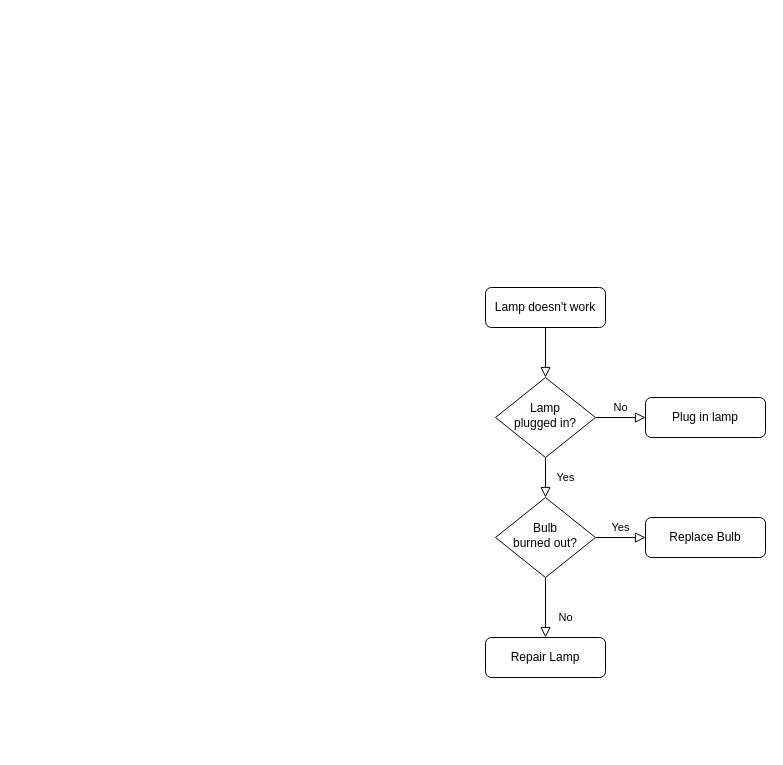
Before: synthesis-bank-strategies.drawio in Burning-Bush-Ministries/bbm-api, a draw.io diagram. Source tidied: cells renumbered, new cells numbered last; positions are measured from the earlier drawing's top-left corner, leaving out a move shared by most shapes. Both pictures are drawn from the tidied source at 100%, with x=0, y=0 at pixel (485, 287).
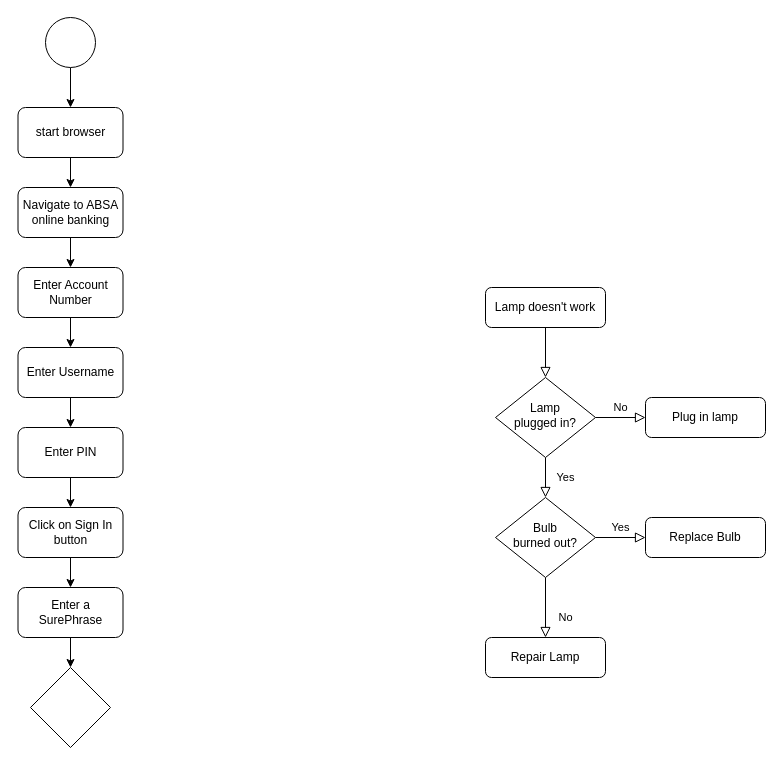
After the change.

The edit, as a diff of the source:
```diff
@@
+    <mxCell id="13" style="edgeStyle=orthogonalEdgeStyle;rounded=0;jettySize=auto;html=1;" parent="1" edge="1" source="14" target="16">
+      <mxGeometry relative="1" as="geometry" />
+    </mxCell>
+    <mxCell id="14" style="ellipse;whiteSpace=wrap;html=1;" parent="1" vertex="1">
+      <mxGeometry x="-440" y="-270" width="50" height="50" as="geometry" />
+    </mxCell>
+    <mxCell id="15" style="edgeStyle=orthogonalEdgeStyle;rounded=0;jettySize=auto;html=1;" parent="1" edge="1" source="16" target="18">
+      <mxGeometry relative="1" as="geometry" />
+    </mxCell>
+    <mxCell id="16" value="start browser" style="rounded=1;whiteSpace=wrap;html=1;" parent="1" vertex="1">
+      <mxGeometry x="-467.5" y="-180" width="105" height="50" as="geometry" />
+    </mxCell>
+    <mxCell id="17" style="edgeStyle=orthogonalEdgeStyle;rounded=0;jettySize=auto;html=1;" parent="1" edge="1" source="18" target="20">
+      <mxGeometry relative="1" as="geometry" />
+    </mxCell>
+    <mxCell id="18" value="Navigate to ABSA online banking" style="rounded=1;whiteSpace=wrap;html=1;" parent="1" vertex="1">
+      <mxGeometry x="-467.5" y="-100" width="105" height="50" as="geometry" />
+    </mxCell>
+    <mxCell id="19" style="edgeStyle=orthogonalEdgeStyle;rounded=0;jettySize=auto;html=1;" parent="1" edge="1" source="20" target="22">
+      <mxGeometry relative="1" as="geometry" />
+    </mxCell>
+    <mxCell id="20" value="Enter Account Number" style="rounded=1;whiteSpace=wrap;html=1;" parent="1" vertex="1">
+      <mxGeometry x="-467.5" y="-20" width="105" height="50" as="geometry" />
+    </mxCell>
+    <mxCell id="21" style="edgeStyle=orthogonalEdgeStyle;rounded=0;jettySize=auto;html=1;" parent="1" edge="1" source="22" target="24">
+      <mxGeometry relative="1" as="geometry" />
+    </mxCell>
+    <mxCell id="22" value="Enter Username" style="rounded=1;whiteSpace=wrap;html=1;" parent="1" vertex="1">
+      <mxGeometry x="-467.5" y="60" width="105" height="50" as="geometry" />
+    </mxCell>
+    <mxCell id="23" style="edgeStyle=orthogonalEdgeStyle;rounded=0;jettySize=auto;html=1;" parent="1" edge="1" source="24" target="26">
+      <mxGeometry relative="1" as="geometry" />
+    </mxCell>
+    <mxCell id="24" value="Enter PIN" style="rounded=1;whiteSpace=wrap;html=1;" parent="1" vertex="1">
+      <mxGeometry x="-467.5" y="140" width="105" height="50" as="geometry" />
+    </mxCell>
+    <mxCell id="25" style="edgeStyle=orthogonalEdgeStyle;rounded=0;jettySize=auto;html=1;" parent="1" edge="1" source="26" target="28">
+      <mxGeometry relative="1" as="geometry" />
+    </mxCell>
+    <mxCell id="26" value="Click on Sign In button" style="rounded=1;whiteSpace=wrap;html=1;" parent="1" vertex="1">
+      <mxGeometry x="-467.5" y="220" width="105" height="50" as="geometry" />
+    </mxCell>
+    <mxCell id="27" style="edgeStyle=orthogonalEdgeStyle;rounded=0;jettySize=auto;html=1;" parent="1" edge="1" source="28" target="29">
+      <mxGeometry relative="1" as="geometry" />
+    </mxCell>
+    <mxCell id="28" value="Enter a SurePhrase" style="rounded=1;whiteSpace=wrap;html=1;" parent="1" vertex="1">
+      <mxGeometry x="-467.5" y="300" width="105" height="50" as="geometry" />
+    </mxCell>
+    <mxCell id="29" style="rhombus;whiteSpace=wrap;html=1;" parent="1" vertex="1">
+      <mxGeometry x="-455" y="380" width="80" height="80" as="geometry" />
+    </mxCell>
```
